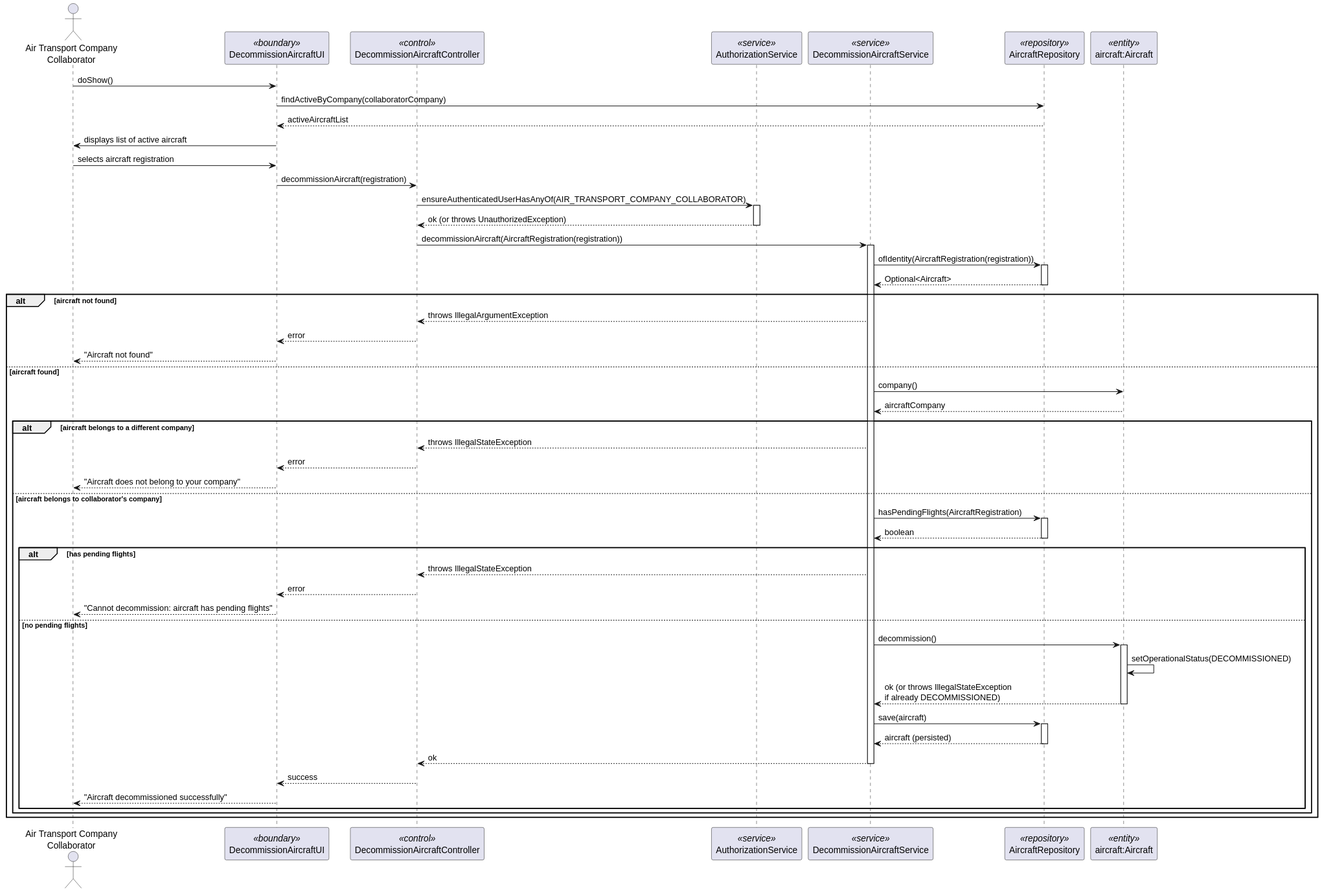
This is docs/Sprint 2/EAPLI/US071/svg/US071_sequence_diagram.svg from DuartePinto1240/sem4pi2526-sem4pi2526_2da2, a PlantUML export, as it was before one commit. Source of this version:
```plantuml
@startuml
actor "Air Transport Company\nCollaborator" as ATCC
participant DecommissionAircraftUI as UI <<boundary>>
participant DecommissionAircraftController as CTRL <<control>>
participant AuthorizationService as AUTHZ <<service>>
participant DecommissionAircraftService as SVC <<service>>
participant AircraftRepository as REPO <<repository>>
participant "aircraft:Aircraft" as AIRCRAFT <<entity>>

ATCC -> UI : doShow()
UI -> REPO : findActiveByCompany(collaboratorCompany)
REPO --> UI : activeAircraftList
UI -> ATCC : displays list of active aircraft

ATCC -> UI : selects aircraft registration

UI -> CTRL : decommissionAircraft(registration)

CTRL -> AUTHZ : ensureAuthenticatedUserHasAnyOf(AIR_TRANSPORT_COMPANY_COLLABORATOR)
activate AUTHZ
AUTHZ --> CTRL : ok (or throws UnauthorizedException)
deactivate AUTHZ

CTRL -> SVC : decommissionAircraft(AircraftRegistration(registration))
activate SVC

SVC -> REPO : ofIdentity(AircraftRegistration(registration))
activate REPO
REPO --> SVC : Optional<Aircraft>
deactivate REPO

alt aircraft not found
  SVC --> CTRL : throws IllegalArgumentException
  CTRL --> UI : error
  UI --> ATCC : "Aircraft not found"
else aircraft found

  SVC -> AIRCRAFT : company()
  AIRCRAFT --> SVC : aircraftCompany

  alt aircraft belongs to a different company
    SVC --> CTRL : throws IllegalStateException
    CTRL --> UI : error
    UI --> ATCC : "Aircraft does not belong to your company"
  else aircraft belongs to collaborator's company

    SVC -> REPO : hasPendingFlights(AircraftRegistration)
    activate REPO
    REPO --> SVC : boolean
    deactivate REPO

    alt has pending flights
      SVC --> CTRL : throws IllegalStateException
      CTRL --> UI : error
      UI --> ATCC : "Cannot decommission: aircraft has pending flights"
    else no pending flights

      SVC -> AIRCRAFT : decommission()
      activate AIRCRAFT
      AIRCRAFT -> AIRCRAFT : setOperationalStatus(DECOMMISSIONED)
      AIRCRAFT --> SVC : ok (or throws IllegalStateException\nif already DECOMMISSIONED)
      deactivate AIRCRAFT

      SVC -> REPO : save(aircraft)
      activate REPO
      REPO --> SVC : aircraft (persisted)
      deactivate REPO

      SVC --> CTRL : ok
      deactivate SVC

      CTRL --> UI : success
      UI --> ATCC : "Aircraft decommissioned successfully"
    end
  end
end
@enduml
```
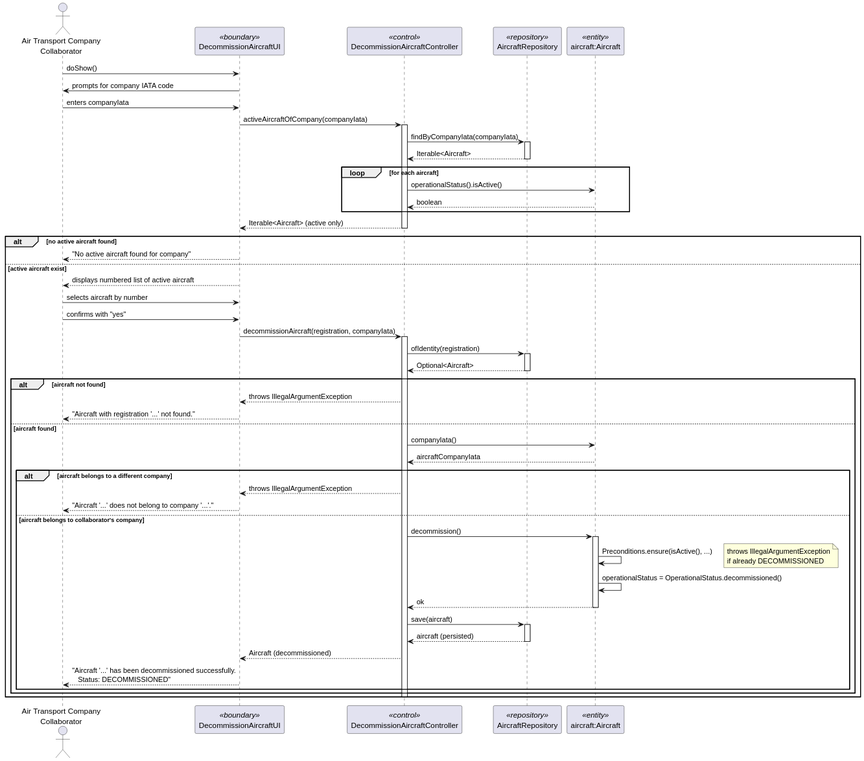
The same file after the commit.

Diff of the diagram source:
```diff
@@ -2,76 +2,75 @@
 actor "Air Transport Company\nCollaborator" as ATCC
 participant DecommissionAircraftUI as UI <<boundary>>
 participant DecommissionAircraftController as CTRL <<control>>
-participant AuthorizationService as AUTHZ <<service>>
-participant DecommissionAircraftService as SVC <<service>>
 participant AircraftRepository as REPO <<repository>>
 participant "aircraft:Aircraft" as AIRCRAFT <<entity>>
 
 ATCC -> UI : doShow()
-UI -> REPO : findActiveByCompany(collaboratorCompany)
-REPO --> UI : activeAircraftList
-UI -> ATCC : displays list of active aircraft
 
-ATCC -> UI : selects aircraft registration
+UI -> ATCC : prompts for company IATA code
+ATCC -> UI : enters companyIata
 
-UI -> CTRL : decommissionAircraft(registration)
+UI -> CTRL : activeAircraftOfCompany(companyIata)
+activate CTRL
+  CTRL -> REPO : findByCompanyIata(companyIata)
+  activate REPO
+  REPO --> CTRL : Iterable<Aircraft>
+  deactivate REPO
 
-CTRL -> AUTHZ : ensureAuthenticatedUserHasAnyOf(AIR_TRANSPORT_COMPANY_COLLABORATOR)
-activate AUTHZ
-AUTHZ --> CTRL : ok (or throws UnauthorizedException)
-deactivate AUTHZ
+  loop for each aircraft
+    CTRL -> AIRCRAFT : operationalStatus().isActive()
+    AIRCRAFT --> CTRL : boolean
+  end
 
-CTRL -> SVC : decommissionAircraft(AircraftRegistration(registration))
-activate SVC
+  CTRL --> UI : Iterable<Aircraft> (active only)
+deactivate CTRL
 
-SVC -> REPO : ofIdentity(AircraftRegistration(registration))
-activate REPO
-REPO --> SVC : Optional<Aircraft>
-deactivate REPO
+alt no active aircraft found
+  UI --> ATCC : "No active aircraft found for company"
+else active aircraft exist
+  UI --> ATCC : displays numbered list of active aircraft
 
-alt aircraft not found
-  SVC --> CTRL : throws IllegalArgumentException
-  CTRL --> UI : error
-  UI --> ATCC : "Aircraft not found"
-else aircraft found
+  ATCC -> UI : selects aircraft by number
+  ATCC -> UI : confirms with "yes"
 
-  SVC -> AIRCRAFT : company()
-  AIRCRAFT --> SVC : aircraftCompany
+  UI -> CTRL : decommissionAircraft(registration, companyIata)
+  activate CTRL
 
-  alt aircraft belongs to a different company
-    SVC --> CTRL : throws IllegalStateException
-    CTRL --> UI : error
-    UI --> ATCC : "Aircraft does not belong to your company"
-  else aircraft belongs to collaborator's company
-
-    SVC -> REPO : hasPendingFlights(AircraftRegistration)
+    CTRL -> REPO : ofIdentity(registration)
     activate REPO
-    REPO --> SVC : boolean
+    REPO --> CTRL : Optional<Aircraft>
     deactivate REPO
 
-    alt has pending flights
-      SVC --> CTRL : throws IllegalStateException
-      CTRL --> UI : error
-      UI --> ATCC : "Cannot decommission: aircraft has pending flights"
-    else no pending flights
+    alt aircraft not found
+      CTRL --> UI : throws IllegalArgumentException
+      UI --> ATCC : "Aircraft with registration '...' not found."
+    else aircraft found
 
-      SVC -> AIRCRAFT : decommission()
-      activate AIRCRAFT
-      AIRCRAFT -> AIRCRAFT : setOperationalStatus(DECOMMISSIONED)
-      AIRCRAFT --> SVC : ok (or throws IllegalStateException\nif already DECOMMISSIONED)
-      deactivate AIRCRAFT
+      CTRL -> AIRCRAFT : companyIata()
+      AIRCRAFT --> CTRL : aircraftCompanyIata
 
-      SVC -> REPO : save(aircraft)
-      activate REPO
-      REPO --> SVC : aircraft (persisted)
-      deactivate REPO
+      alt aircraft belongs to a different company
+        CTRL --> UI : throws IllegalArgumentException
+        UI --> ATCC : "Aircraft '...' does not belong to company '...'."
+      else aircraft belongs to collaborator's company
 
-      SVC --> CTRL : ok
-      deactivate SVC
+        CTRL -> AIRCRAFT : decommission()
+        activate AIRCRAFT
+          AIRCRAFT -> AIRCRAFT : Preconditions.ensure(isActive(), ...)
+          note right: throws IllegalArgumentException\nif already DECOMMISSIONED
+          AIRCRAFT -> AIRCRAFT : operationalStatus = OperationalStatus.decommissioned()
+          AIRCRAFT --> CTRL : ok
+        deactivate AIRCRAFT
 
-      CTRL --> UI : success
-      UI --> ATCC : "Aircraft decommissioned successfully"
+        CTRL -> REPO : save(aircraft)
+        activate REPO
+        REPO --> CTRL : aircraft (persisted)
+        deactivate REPO
+
+        CTRL --> UI : Aircraft (decommissioned)
+        UI --> ATCC : "Aircraft '...' has been decommissioned successfully.\n   Status: DECOMMISSIONED"
+      end
     end
-  end
+  deactivate CTRL
 end
 @enduml
```
